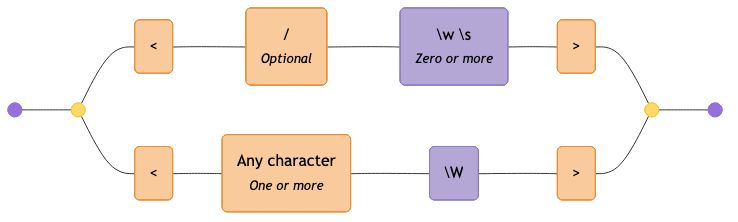
Earlier version of the Mermaid export diagrams/html-tags.mermaid-diagram.png (tayles/regex-to-mermaid). Its source is kept beside it as diagrams/html-tags.mermaid. The source it was exported from:
```mermaid
graph LR
  accTitle: "Regex: <\\/?[\\w\\s]*>|<.+[\\W]>"
  accDescr: "Generated with regex-to-mermaid@1.0.3"

  start@{ shape: f-circ };
  fin@{ shape: f-circ };
  disjunction_begin_1:::disjunction@{ shape: f-circ };
  disjunction_end_1:::disjunction@{ shape: f-circ };
  literal_1("<"):::literal;
  literal_2("/<br><i><small>Optional</small></i>"):::literal;
  char_class_1("\w \s<br><i><small>Zero or more</small></i>"):::char-class;
  literal_3(">"):::literal;
  literal_4("<"):::literal;
  literal_5("Any character<br><i><small>One or more</small></i>"):::literal;
  char_class_2("\W"):::char-class;
  literal_6(">"):::literal;

  start --- disjunction_begin_1;
  disjunction_begin_1 --- literal_1;
  literal_1 --- literal_2;
  literal_2 --- char_class_1;
  char_class_1 --- literal_3;
  literal_3 --- disjunction_end_1;
  disjunction_begin_1 --- literal_4;
  literal_4 --- literal_5;
  literal_5 --- char_class_2;
  char_class_2 --- literal_6;
  literal_6 --- disjunction_end_1;
  disjunction_end_1 --- fin;

  classDef disjunction fill:#FFD966,stroke:#F1C232,color:#000000;
  classDef literal fill:#F9CB9C,stroke:#E69138,color:#000000;
  classDef char-class fill:#B4A7D6,stroke:#8E7CC3,color:#000000;
```
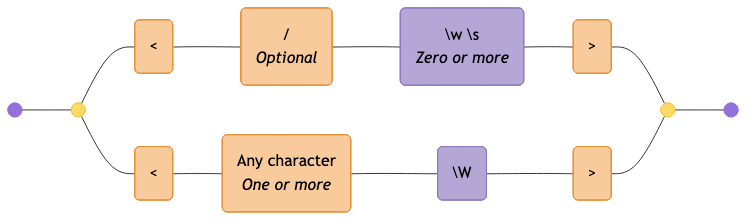
Above is the later version.

The edit, as a diff of the source:
```diff
@@ -7,11 +7,11 @@
   disjunction_begin_1:::disjunction@{ shape: f-circ };
   disjunction_end_1:::disjunction@{ shape: f-circ };
   literal_1("<"):::literal;
-  literal_2("/<br><i><small>Optional</small></i>"):::literal;
-  char_class_1("\w \s<br><i><small>Zero or more</small></i>"):::char-class;
+  literal_2("/<br><i>Optional</i>"):::literal;
+  char_class_1("\w \s<br><i>Zero or more</i>"):::char-class;
   literal_3(">"):::literal;
   literal_4("<"):::literal;
-  literal_5("Any character<br><i><small>One or more</small></i>"):::literal;
+  literal_5("Any character<br><i>One or more</i>"):::literal;
   char_class_2("\W"):::char-class;
   literal_6(">"):::literal;
 
```
